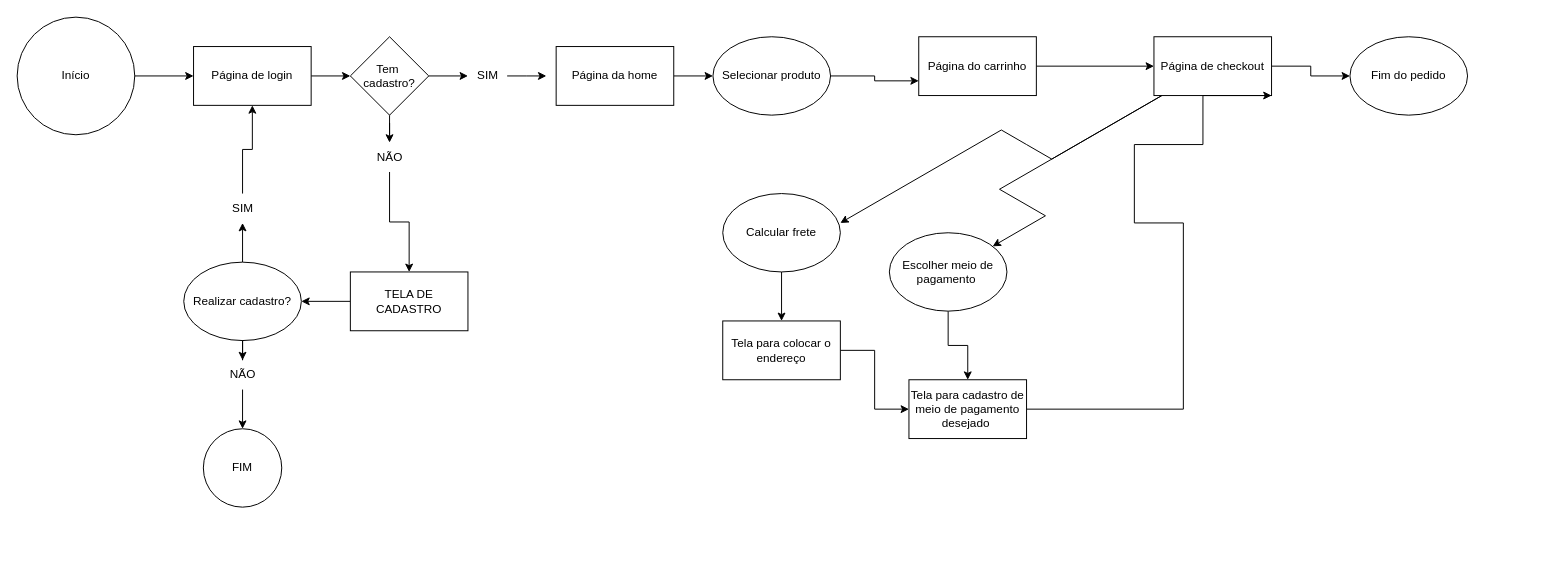
This is Diagrama sem nome.drawio from murilosouzza/Userflow, a draw.io file, before an edit. Source tidied: cells renumbered, new cells numbered last; positions are measured from the earlier drawing's top-left corner, leaving out a move shared by most shapes. Both pictures are drawn from the tidied source at 98%, with x=0, y=0 at pixel (17, 17).
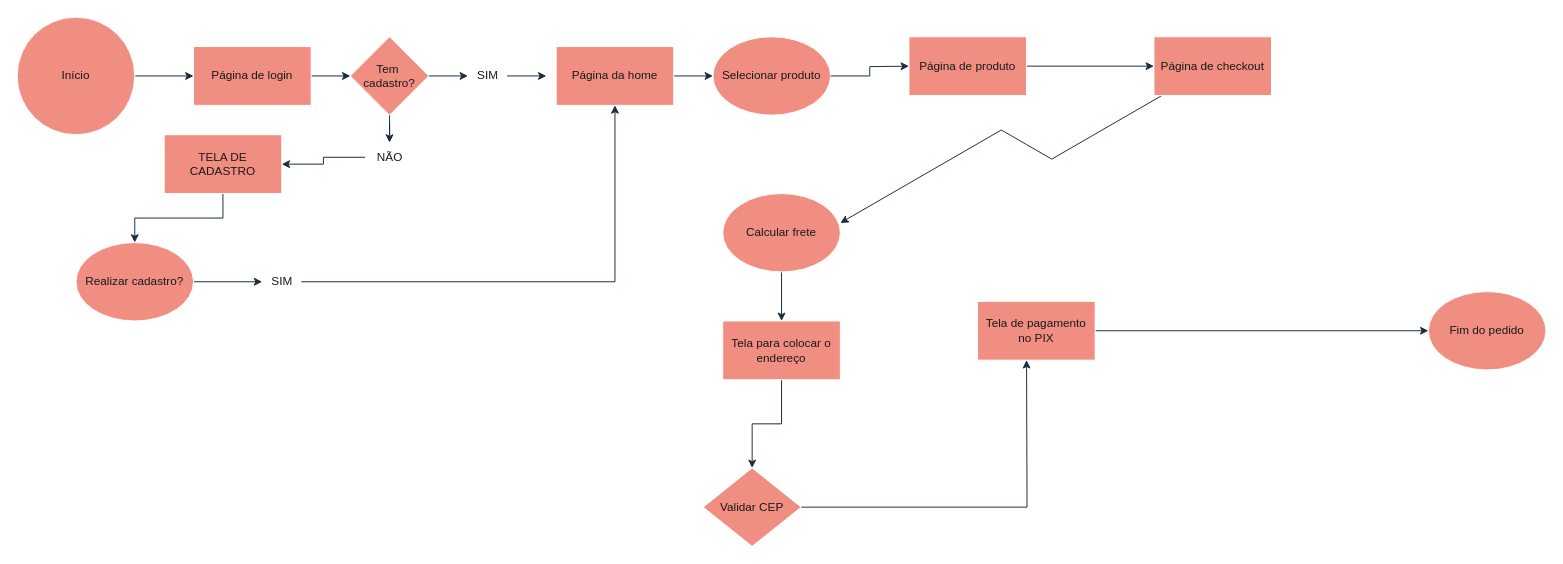
The same diagram, later.

Change to the diagram source:
```diff
@@
-    <mxCell id="2" style="edgeStyle=orthogonalEdgeStyle;rounded=0;jettySize=auto;html=1;" parent="1" edge="1" source="3" target="5">
+    <mxCell id="2" style="edgeStyle=orthogonalEdgeStyle;rounded=0;jettySize=auto;html=1;labelBackgroundColor=none;strokeColor=#182E3E;fontColor=default;" parent="1" edge="1" source="3" target="5">
       <mxGeometry relative="1" as="geometry" />
     </mxCell>
-    <mxCell id="3" value="Início" style="ellipse;whiteSpace=wrap;html=1;" parent="1" vertex="1">
+    <mxCell id="3" value="Início" style="ellipse;whiteSpace=wrap;html=1;labelBackgroundColor=none;fillColor=#F08E81;strokeColor=#FFFFFF;fontColor=#1A1A1A;" parent="1" vertex="1">
       <mxGeometry width="120" height="120" as="geometry" />
     </mxCell>
-    <mxCell id="4" style="edgeStyle=orthogonalEdgeStyle;rounded=0;jettySize=auto;html=1;" parent="1" edge="1" source="5" target="8">
+    <mxCell id="4" style="edgeStyle=orthogonalEdgeStyle;rounded=0;jettySize=auto;html=1;labelBackgroundColor=none;strokeColor=#182E3E;fontColor=default;" parent="1" edge="1" source="5" target="8">
       <mxGeometry relative="1" as="geometry" />
     </mxCell>
-    <mxCell id="5" value="Página de login" style="rounded=0;whiteSpace=wrap;html=1;" parent="1" vertex="1">
+    <mxCell id="5" value="Página de login" style="rounded=0;whiteSpace=wrap;html=1;labelBackgroundColor=none;fillColor=#F08E81;strokeColor=#FFFFFF;fontColor=#1A1A1A;" parent="1" vertex="1">
       <mxGeometry x="180" y="30" width="120" height="60" as="geometry" />
     </mxCell>
-    <mxCell id="6" style="edgeStyle=orthogonalEdgeStyle;rounded=0;jettySize=auto;html=1;" parent="1" edge="1" source="8" target="10">
+    <mxCell id="6" style="edgeStyle=orthogonalEdgeStyle;rounded=0;jettySize=auto;html=1;labelBackgroundColor=none;strokeColor=#182E3E;fontColor=default;" parent="1" edge="1" source="8" target="10">
       <mxGeometry relative="1" as="geometry" />
     </mxCell>
-    <mxCell id="7" style="edgeStyle=orthogonalEdgeStyle;rounded=0;jettySize=auto;html=1;" parent="1" edge="1" source="8" target="12">
+    <mxCell id="7" style="edgeStyle=orthogonalEdgeStyle;rounded=0;jettySize=auto;html=1;labelBackgroundColor=none;strokeColor=#182E3E;fontColor=default;" parent="1" edge="1" source="8" target="12">
       <mxGeometry relative="1" as="geometry" />
     </mxCell>
-    <mxCell id="8" value="Tem&amp;nbsp;&lt;div&gt;cadastro?&lt;/div&gt;" style="rhombus;whiteSpace=wrap;html=1;" parent="1" vertex="1">
+    <mxCell id="8" value="Tem&amp;nbsp;&lt;div&gt;cadastro?&lt;/div&gt;" style="rhombus;whiteSpace=wrap;html=1;labelBackgroundColor=none;fillColor=#F08E81;strokeColor=#FFFFFF;fontColor=#1A1A1A;" parent="1" vertex="1">
       <mxGeometry x="340" y="20" width="80" height="80" as="geometry" />
     </mxCell>
-    <mxCell id="9" style="edgeStyle=orthogonalEdgeStyle;rounded=0;jettySize=auto;html=1;" parent="1" edge="1" source="10" target="14">
+    <mxCell id="9" style="edgeStyle=orthogonalEdgeStyle;rounded=0;jettySize=auto;html=1;labelBackgroundColor=none;strokeColor=#182E3E;fontColor=default;" parent="1" edge="1" source="10" target="14">
       <mxGeometry relative="1" as="geometry" />
     </mxCell>
-    <mxCell id="10" value="NÃO" style="text;html=1;align=center;verticalAlign=middle;points=[];strokeColor=none;fillColor=none;" parent="1" vertex="1">
+    <mxCell id="10" value="NÃO" style="text;html=1;align=center;verticalAlign=middle;points=[];strokeColor=none;fillColor=none;labelBackgroundColor=none;fontColor=#1A1A1A;" parent="1" vertex="1">
       <mxGeometry x="355" y="128" width="50" height="30" as="geometry" />
     </mxCell>
-    <mxCell id="11" style="edgeStyle=orthogonalEdgeStyle;rounded=0;jettySize=auto;html=1;" parent="1" edge="1" source="12">
+    <mxCell id="11" style="edgeStyle=orthogonalEdgeStyle;rounded=0;jettySize=auto;html=1;labelBackgroundColor=none;strokeColor=#182E3E;fontColor=default;" parent="1" edge="1" source="12">
       <mxGeometry relative="1" as="geometry">
         <mxPoint x="540" y="60" as="targetPoint" />
       </mxGeometry>
     </mxCell>
-    <mxCell id="12" value="SIM" style="text;html=1;align=center;verticalAlign=middle;points=[];strokeColor=none;fillColor=none;" parent="1" vertex="1">
+    <mxCell id="12" value="SIM" style="text;html=1;align=center;verticalAlign=middle;points=[];strokeColor=none;fillColor=none;labelBackgroundColor=none;fontColor=#1A1A1A;" parent="1" vertex="1">
       <mxGeometry x="460" y="45" width="40" height="30" as="geometry" />
     </mxCell>
-    <mxCell id="13" style="edgeStyle=orthogonalEdgeStyle;rounded=0;jettySize=auto;html=1;" parent="1" edge="1" source="14" target="33">
+    <mxCell id="13" style="edgeStyle=orthogonalEdgeStyle;rounded=0;jettySize=auto;html=1;labelBackgroundColor=none;strokeColor=#182E3E;fontColor=default;" parent="1" edge="1" source="14" target="33">
       <mxGeometry relative="1" as="geometry" />
     </mxCell>
-    <mxCell id="14" value="TELA DE CADASTRO" style="rounded=0;whiteSpace=wrap;html=1;" parent="1" vertex="1">
-      <mxGeometry x="340" y="260" width="120" height="60" as="geometry" />
+    <mxCell id="14" value="TELA DE CADASTRO" style="rounded=0;whiteSpace=wrap;html=1;labelBackgroundColor=none;fillColor=#F08E81;strokeColor=#FFFFFF;fontColor=#1A1A1A;" parent="1" vertex="1">
+      <mxGeometry x="150" y="120" width="120" height="60" as="geometry" />
     </mxCell>
-    <mxCell id="15" style="edgeStyle=orthogonalEdgeStyle;rounded=0;jettySize=auto;html=1;" parent="1" edge="1" source="16" target="17">
+    <mxCell id="15" style="edgeStyle=orthogonalEdgeStyle;rounded=0;jettySize=auto;html=1;labelBackgroundColor=none;strokeColor=#182E3E;fontColor=default;" parent="1" edge="1" source="16" target="17">
       <mxGeometry relative="1" as="geometry" />
     </mxCell>
-    <mxCell id="16" value="Página da home" style="rounded=0;whiteSpace=wrap;html=1;" parent="1" vertex="1">
+    <mxCell id="16" value="Página da home" style="rounded=0;whiteSpace=wrap;html=1;labelBackgroundColor=none;fillColor=#F08E81;strokeColor=#FFFFFF;fontColor=#1A1A1A;" parent="1" vertex="1">
       <mxGeometry x="550" y="30" width="120" height="60" as="geometry" />
     </mxCell>
-    <mxCell id="17" value="Selecionar produto" style="ellipse;whiteSpace=wrap;html=1;" parent="1" vertex="1">
+    <mxCell id="17" value="Selecionar produto" style="ellipse;whiteSpace=wrap;html=1;labelBackgroundColor=none;fillColor=#F08E81;strokeColor=#FFFFFF;fontColor=#1A1A1A;" parent="1" vertex="1">
       <mxGeometry x="710" y="20" width="120" height="80" as="geometry" />
     </mxCell>
-    <mxCell id="18" style="edgeStyle=isometricEdgeStyle;rounded=0;jettySize=auto;html=1;entryX=1;entryY=0.5;entryDx=0;entryDy=0;" parent="1" edge="1" source="20">
+    <mxCell id="18" style="edgeStyle=isometricEdgeStyle;rounded=0;jettySize=auto;html=1;entryX=1;entryY=0.5;entryDx=0;entryDy=0;labelBackgroundColor=none;strokeColor=#182E3E;fontColor=default;" parent="1" edge="1" source="20">
       <mxGeometry relative="1" as="geometry">
         <mxPoint x="840" y="210" as="targetPoint" />
       </mxGeometry>
     </mxCell>
-    <mxCell id="19" style="edgeStyle=orthogonalEdgeStyle;rounded=0;jettySize=auto;html=1;entryX=0;entryY=0.5;entryDx=0;entryDy=0;" parent="1" edge="1" source="20" target="26">
-      <mxGeometry relative="1" as="geometry" />
-    </mxCell>
-    <mxCell id="20" value="Página de checkout" style="rounded=0;whiteSpace=wrap;html=1;" parent="1" vertex="1">
+    <mxCell id="20" value="Página de checkout" style="rounded=0;whiteSpace=wrap;html=1;labelBackgroundColor=none;fillColor=#F08E81;strokeColor=#FFFFFF;fontColor=#1A1A1A;" parent="1" vertex="1">
       <mxGeometry x="1160" y="20" width="120" height="60" as="geometry" />
     </mxCell>
-    <mxCell id="21" style="edgeStyle=orthogonalEdgeStyle;rounded=0;jettySize=auto;html=1;" parent="1" edge="1" source="22" target="28">
+    <mxCell id="21" style="edgeStyle=orthogonalEdgeStyle;rounded=0;jettySize=auto;html=1;labelBackgroundColor=none;strokeColor=#182E3E;fontColor=default;" parent="1" edge="1" source="22" target="28">
       <mxGeometry relative="1" as="geometry" />
     </mxCell>
-    <mxCell id="22" value="Calcular frete" style="ellipse;whiteSpace=wrap;html=1;" parent="1" vertex="1">
+    <mxCell id="22" value="Calcular frete" style="ellipse;whiteSpace=wrap;html=1;labelBackgroundColor=none;fillColor=#F08E81;strokeColor=#FFFFFF;fontColor=#1A1A1A;" parent="1" vertex="1">
       <mxGeometry x="720" y="180" width="120" height="80" as="geometry" />
     </mxCell>
-    <mxCell id="23" style="edgeStyle=isometricEdgeStyle;rounded=0;jettySize=auto;html=1;" parent="1" edge="1" source="20" target="25">
-      <mxGeometry relative="1" as="geometry">
-        <Array as="points">
-          <mxPoint x="1010" y="180" />
-          <mxPoint x="990" y="170" />
-        </Array>
-      </mxGeometry>
-    </mxCell>
-    <mxCell id="24" style="edgeStyle=orthogonalEdgeStyle;rounded=0;jettySize=auto;html=1;" parent="1" edge="1" source="25" target="30">
-      <mxGeometry relative="1" as="geometry" />
-    </mxCell>
-    <mxCell id="25" value="Escolher meio de pagamento&amp;nbsp;" style="ellipse;whiteSpace=wrap;html=1;" parent="1" vertex="1">
-      <mxGeometry x="890" y="220" width="120" height="80" as="geometry" />
-    </mxCell>
-    <mxCell id="26" value="Fim do pedido" style="ellipse;whiteSpace=wrap;html=1;" parent="1" vertex="1">
-      <mxGeometry x="1360" y="20" width="120" height="80" as="geometry" />
+    <mxCell id="26" value="Fim do pedido" style="ellipse;whiteSpace=wrap;html=1;labelBackgroundColor=none;fillColor=#F08E81;strokeColor=#FFFFFF;fontColor=#1A1A1A;" parent="1" vertex="1">
+      <mxGeometry x="1440" y="280" width="120" height="80" as="geometry" />
     </mxCell>
-    <mxCell id="27" style="edgeStyle=orthogonalEdgeStyle;rounded=0;jettySize=auto;html=1;entryX=0;entryY=0.5;entryDx=0;entryDy=0;" parent="1" edge="1" source="28" target="30">
-      <mxGeometry relative="1" as="geometry" />
-    </mxCell>
+    <mxCell id="42" style="edgeStyle=orthogonalEdgeStyle;rounded=0;jettySize=auto;html=1;labelBackgroundColor=none;strokeColor=#182E3E;fontColor=default;" parent="1" edge="1" source="28" target="45">
+      <mxGeometry relative="1" as="geometry" />
+    </mxCell>
-    <mxCell id="28" value="Tela para colocar o endereço" style="rounded=0;whiteSpace=wrap;html=1;" parent="1" vertex="1">
+    <mxCell id="28" value="Tela para colocar o endereço" style="rounded=0;whiteSpace=wrap;html=1;labelBackgroundColor=none;fillColor=#F08E81;strokeColor=#FFFFFF;fontColor=#1A1A1A;" parent="1" vertex="1">
       <mxGeometry x="720" y="310" width="120" height="60" as="geometry" />
     </mxCell>
-    <mxCell id="29" style="edgeStyle=orthogonalEdgeStyle;rounded=0;jettySize=auto;html=1;entryX=1;entryY=1;entryDx=0;entryDy=0;" parent="1" edge="1" source="30" target="20">
-      <mxGeometry relative="1" as="geometry">
-        <Array as="points">
-          <mxPoint x="1190" y="400" />
-          <mxPoint x="1190" y="210" />
-          <mxPoint x="1140" y="210" />
-          <mxPoint x="1140" y="130" />
-          <mxPoint x="1210" y="130" />
-          <mxPoint x="1210" y="80" />
-        </Array>
-      </mxGeometry>
-    </mxCell>
+    <mxCell id="43" style="edgeStyle=orthogonalEdgeStyle;rounded=0;jettySize=auto;html=1;labelBackgroundColor=none;strokeColor=#182E3E;fontColor=default;" parent="1" edge="1" source="30" target="26">
+      <mxGeometry relative="1" as="geometry" />
+    </mxCell>
-    <mxCell id="30" value="Tela para cadastro de meio de pagamento desejado&amp;nbsp;" style="rounded=0;whiteSpace=wrap;html=1;" parent="1" vertex="1">
-      <mxGeometry x="910" y="370" width="120" height="60" as="geometry" />
+    <mxCell id="30" value="Tela de pagamento no PIX" style="rounded=0;whiteSpace=wrap;html=1;labelBackgroundColor=none;fillColor=#F08E81;strokeColor=#FFFFFF;fontColor=#1A1A1A;" parent="1" vertex="1">
+      <mxGeometry x="980" y="290" width="120" height="60" as="geometry" />
     </mxCell>
-    <mxCell id="31" style="edgeStyle=orthogonalEdgeStyle;rounded=0;jettySize=auto;html=1;" parent="1" edge="1" source="33" target="35">
+    <mxCell id="31" style="edgeStyle=orthogonalEdgeStyle;rounded=0;jettySize=auto;html=1;labelBackgroundColor=none;strokeColor=#182E3E;fontColor=default;" parent="1" edge="1" source="33" target="35">
       <mxGeometry relative="1" as="geometry" />
     </mxCell>
-    <mxCell id="32" style="edgeStyle=orthogonalEdgeStyle;rounded=0;jettySize=auto;html=1;" parent="1" edge="1" source="38" target="36">
-      <mxGeometry relative="1" as="geometry" />
-    </mxCell>
-    <mxCell id="33" value="Realizar cadastro?" style="ellipse;whiteSpace=wrap;html=1;" parent="1" vertex="1">
-      <mxGeometry x="170" y="250" width="120" height="80" as="geometry" />
+    <mxCell id="33" value="Realizar cadastro?" style="ellipse;whiteSpace=wrap;html=1;labelBackgroundColor=none;fillColor=#F08E81;strokeColor=#FFFFFF;fontColor=#1A1A1A;" parent="1" vertex="1">
+      <mxGeometry x="60" y="230" width="120" height="80" as="geometry" />
     </mxCell>
-    <mxCell id="34" style="edgeStyle=orthogonalEdgeStyle;rounded=0;jettySize=auto;html=1;" parent="1" edge="1" source="35" target="5">
-      <mxGeometry relative="1" as="geometry" />
-    </mxCell>
-    <mxCell id="35" value="SIM" style="text;html=1;align=center;verticalAlign=middle;points=[];strokeColor=none;fillColor=none;" parent="1" vertex="1">
-      <mxGeometry x="210" y="180" width="40" height="30" as="geometry" />
-    </mxCell>
-    <mxCell id="36" value="FIM" style="ellipse;whiteSpace=wrap;html=1;" parent="1" vertex="1">
-      <mxGeometry x="190" y="420" width="80" height="80" as="geometry" />
-    </mxCell>
-    <mxCell id="37" style="edgeStyle=orthogonalEdgeStyle;rounded=0;jettySize=auto;html=1;" parent="1" edge="1" source="33" target="38">
-      <mxGeometry relative="1" as="geometry" />
-    </mxCell>
-    <mxCell id="38" value="NÃO" style="text;html=1;align=center;verticalAlign=middle;points=[];strokeColor=none;fillColor=none;" parent="1" vertex="1">
-      <mxGeometry x="205" y="350" width="50" height="30" as="geometry" />
-    </mxCell>
-    <mxCell id="39" style="edgeStyle=orthogonalEdgeStyle;rounded=0;jettySize=auto;html=1;entryX=0;entryY=0.75;entryDx=0;entryDy=0;" parent="1" edge="1" source="17" target="41">
-      <mxGeometry relative="1" as="geometry" />
+    <mxCell id="39" style="edgeStyle=orthogonalEdgeStyle;rounded=0;jettySize=auto;html=1;labelBackgroundColor=none;strokeColor=#182E3E;fontColor=default;" parent="1" edge="1" source="17">
+      <mxGeometry relative="1" as="geometry">
+        <mxPoint x="910" y="50" as="targetPoint" />
+      </mxGeometry>
     </mxCell>
-    <mxCell id="40" style="edgeStyle=orthogonalEdgeStyle;rounded=0;jettySize=auto;html=1;" parent="1" edge="1" source="41" target="20">
+    <mxCell id="40" style="edgeStyle=orthogonalEdgeStyle;rounded=0;jettySize=auto;html=1;labelBackgroundColor=none;strokeColor=#182E3E;fontColor=default;" parent="1" edge="1" source="41" target="20">
       <mxGeometry relative="1" as="geometry" />
     </mxCell>
-    <mxCell id="41" value="Página do carrinho" style="rounded=0;whiteSpace=wrap;html=1;" parent="1" vertex="1">
-      <mxGeometry x="920" y="20" width="120" height="60" as="geometry" />
+    <mxCell id="41" value="Página de produto" style="rounded=0;whiteSpace=wrap;html=1;labelBackgroundColor=none;fillColor=#F08E81;strokeColor=#FFFFFF;fontColor=#1A1A1A;" parent="1" vertex="1">
+      <mxGeometry x="910" y="20" width="120" height="60" as="geometry" />
     </mxCell>
+    <mxCell id="44" style="edgeStyle=orthogonalEdgeStyle;rounded=0;jettySize=auto;html=1;entryX=0.5;entryY=1;entryDx=0;entryDy=0;labelBackgroundColor=none;strokeColor=#182E3E;fontColor=default;" parent="1" edge="1" source="45">
+      <mxGeometry relative="1" as="geometry">
+        <mxPoint x="1030" y="350" as="targetPoint" />
+      </mxGeometry>
+    </mxCell>
+    <mxCell id="45" value="Validar CEP" style="rhombus;whiteSpace=wrap;html=1;labelBackgroundColor=none;fillColor=#F08E81;strokeColor=#FFFFFF;fontColor=#1A1A1A;" parent="1" vertex="1">
+      <mxGeometry x="700" y="460" width="100" height="80" as="geometry" />
+    </mxCell>
+    <mxCell id="46" style="edgeStyle=orthogonalEdgeStyle;rounded=0;jettySize=auto;html=1;entryX=0.5;entryY=1;entryDx=0;entryDy=0;labelBackgroundColor=none;strokeColor=#182E3E;fontColor=default;" parent="1" edge="1" source="35" target="16">
+      <mxGeometry relative="1" as="geometry" />
+    </mxCell>
+    <mxCell id="35" value="SIM" style="text;html=1;align=center;verticalAlign=middle;points=[];strokeColor=none;fillColor=none;labelBackgroundColor=none;fontColor=#1A1A1A;" parent="1" vertex="1">
+      <mxGeometry x="250" y="255" width="40" height="30" as="geometry" />
+    </mxCell>
```
